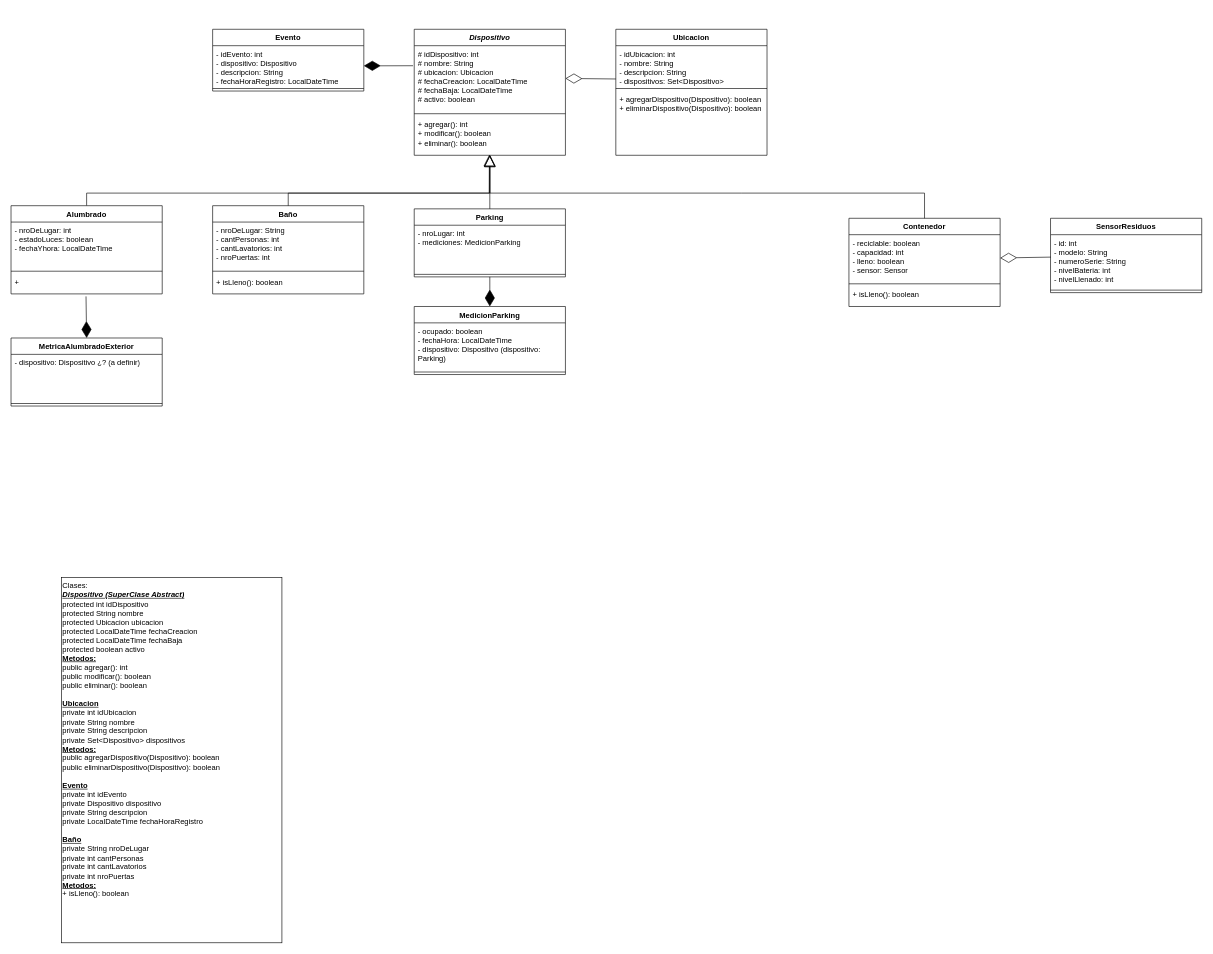
BarbaraNewman/grupo-17-OO2-2023 keeps this draw.io diagram as Diagrama de Clases - Grupo 17.drawio. Above is the earlier version. Source tidied: cells renumbered, new cells numbered last; positions are measured from the earlier drawing's top-left corner, leaving out a move shared by most shapes. Both pictures are drawn from the tidied source at 63%, with x=0, y=0 at pixel (11, 29).
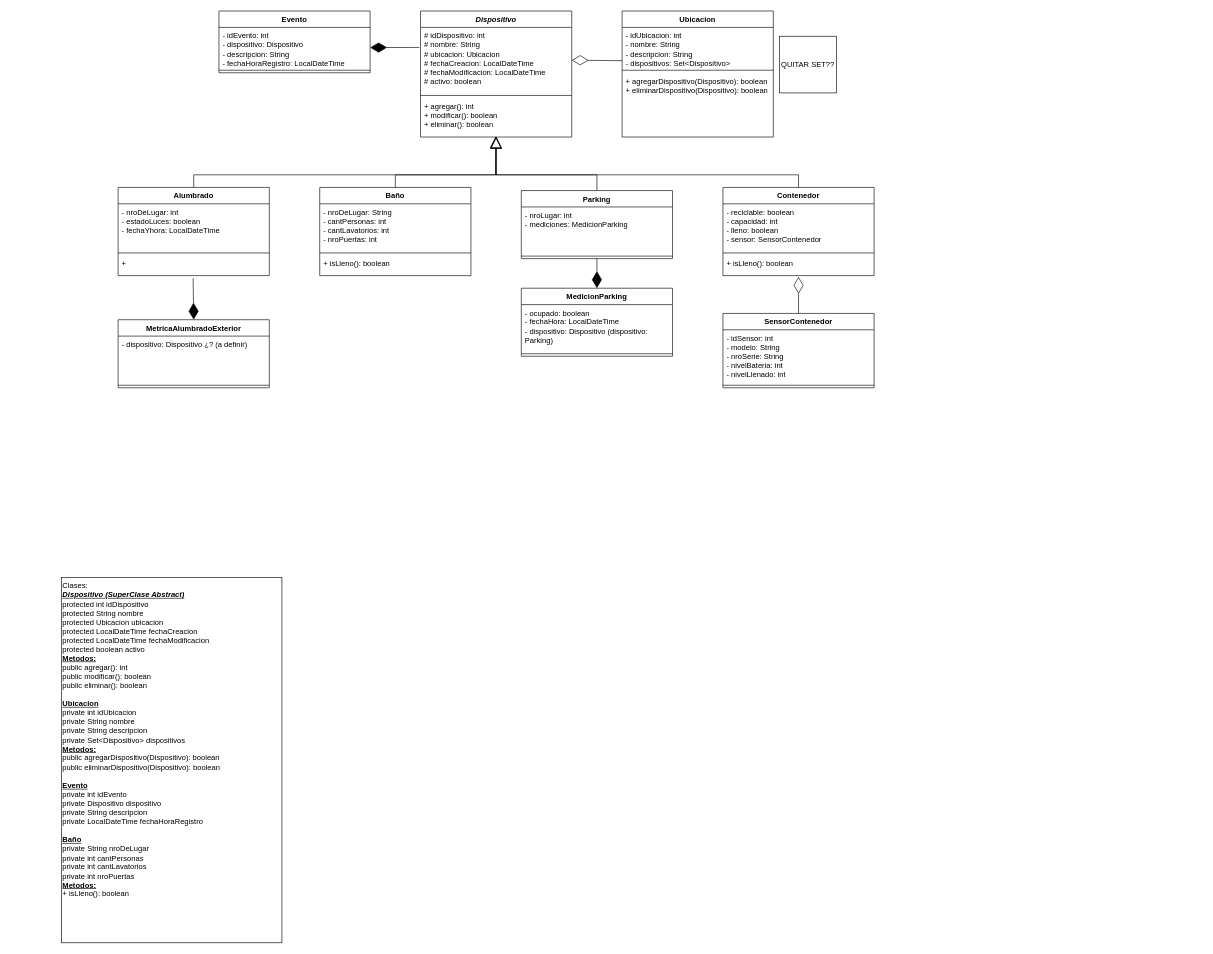
Above is the later version.

Commit message (it also covers changes not shown here):
Update Diagrama de Clases

Unchanged cells that the change refers to:
```xml
<mxCell id="9" value="+ agregar(): int&lt;br&gt;+ modificar(): boolean&lt;br&gt;+ eliminar(): boolean" style="text;strokeColor=none;fillColor=none;align=left;verticalAlign=top;spacingLeft=4;spacingRight=4;overflow=hidden;points=[[0,0.5],[1,0.5]];portConstraint=eastwest;whiteSpace=wrap;html=1;" parent="6" vertex="1">
  <mxGeometry y="138" width="240" height="62" as="geometry" />
</mxCell>
<mxCell id="13" value="+ isLleno(): boolean" style="text;strokeColor=none;fillColor=none;align=left;verticalAlign=top;spacingLeft=4;spacingRight=4;overflow=hidden;points=[[0,0.5],[1,0.5]];portConstraint=eastwest;whiteSpace=wrap;html=1;" parent="10" vertex="1">
  <mxGeometry y="108" width="240" height="32" as="geometry" />
</mxCell>
```

The edit, as a diff of the source:
```diff
@@
     <mxCell id="2" value="Ubicacion" style="swimlane;fontStyle=1;align=center;verticalAlign=top;horizontal=1;startSize=26;whiteSpace=wrap;html=1;" parent="1" vertex="1">
-      <mxGeometry x="960" width="240" height="200" as="geometry" />
+      <mxGeometry x="970" y="-29" width="240" height="200" as="geometry" />
     </mxCell>
@@
     <mxCell id="6" value="&lt;i&gt;Dispositivo&lt;/i&gt;" style="swimlane;fontStyle=1;align=center;verticalAlign=top;horizontal=1;startSize=26;whiteSpace=wrap;html=1;" parent="1" vertex="1">
-      <mxGeometry x="640" width="240" height="200" as="geometry" />
+      <mxGeometry x="650" y="-29" width="240" height="200" as="geometry" />
     </mxCell>
-    <mxCell id="7" value="# idDispositivo: int&lt;br&gt;# nombre: String&lt;br&gt;# ubicacion: Ubicacion&lt;br&gt;# fechaCreacion: LocalDateTime&lt;br&gt;# fechaBaja: LocalDateTime&lt;br&gt;# activo: boolean" style="text;strokeColor=none;fillColor=none;align=left;verticalAlign=top;spacingLeft=4;spacingRight=4;overflow=hidden;points=[[0,0.5],[1,0.5]];portConstraint=eastwest;whiteSpace=wrap;html=1;" parent="6" vertex="1">
+    <mxCell id="7" value="# idDispositivo: int&lt;br&gt;# nombre: String&lt;br&gt;# ubicacion: Ubicacion&lt;br&gt;# fechaCreacion: LocalDateTime&lt;br&gt;# fechaModificacion: LocalDateTime&lt;br&gt;# activo: boolean" style="text;strokeColor=none;fillColor=none;align=left;verticalAlign=top;spacingLeft=4;spacingRight=4;overflow=hidden;points=[[0,0.5],[1,0.5]];portConstraint=eastwest;whiteSpace=wrap;html=1;" parent="6" vertex="1">
       <mxGeometry y="26" width="240" height="104" as="geometry" />
     </mxCell>
@@
     <mxCell id="10" value="Contenedor" style="swimlane;fontStyle=1;align=center;verticalAlign=top;horizontal=1;startSize=26;whiteSpace=wrap;html=1;" parent="1" vertex="1">
-      <mxGeometry x="1330" y="300" width="240" height="140" as="geometry" />
+      <mxGeometry x="1130" y="251" width="240" height="140" as="geometry" />
     </mxCell>
-    <mxCell id="11" value="- reciclable: boolean&lt;br&gt;- capacidad: int&lt;br&gt;- lleno: boolean&lt;br&gt;- sensor: Sensor" style="text;strokeColor=none;fillColor=none;align=left;verticalAlign=top;spacingLeft=4;spacingRight=4;overflow=hidden;points=[[0,0.5],[1,0.5]];portConstraint=eastwest;whiteSpace=wrap;html=1;" parent="10" vertex="1">
+    <mxCell id="11" value="- reciclable: boolean&lt;br&gt;- capacidad: int&lt;br&gt;- lleno: boolean&lt;br&gt;- sensor: SensorContenedor" style="text;strokeColor=none;fillColor=none;align=left;verticalAlign=top;spacingLeft=4;spacingRight=4;overflow=hidden;points=[[0,0.5],[1,0.5]];portConstraint=eastwest;whiteSpace=wrap;html=1;" parent="10" vertex="1">
       <mxGeometry y="26" width="240" height="74" as="geometry" />
     </mxCell>
@@
     <mxCell id="14" style="endArrow=block;endSize=16;endFill=0;html=1;rounded=0;exitX=0.5;exitY=0;exitDx=0;exitDy=0;entryX=0.5;entryY=1;entryDx=0;entryDy=0;entryPerimeter=0;" parent="1" edge="1" source="10" target="9">
       <mxGeometry relative="1" as="geometry">
         <Array as="points">
-          <mxPoint x="1450" y="260" />
-          <mxPoint x="1160" y="260" />
-          <mxPoint x="760" y="260" />
+          <mxPoint x="1250" y="231" />
+          <mxPoint x="930" y="231" />
+          <mxPoint x="770" y="231" />
         </Array>
       </mxGeometry>
     </mxCell>
@@
-    <mxCell id="16" value="SensorResiduos" style="swimlane;fontStyle=1;align=center;verticalAlign=top;horizontal=1;startSize=26;whiteSpace=wrap;html=1;" parent="1" vertex="1">
-      <mxGeometry x="1650" y="300" width="240" height="118" as="geometry" />
+    <mxCell id="16" value="SensorContenedor" style="swimlane;fontStyle=1;align=center;verticalAlign=top;horizontal=1;startSize=26;whiteSpace=wrap;html=1;" parent="1" vertex="1">
+      <mxGeometry x="1130" y="451" width="240" height="118" as="geometry" />
     </mxCell>
-    <mxCell id="17" value="- id: int&lt;br&gt;- modelo: String&lt;br&gt;- numeroSerie: String&lt;br&gt;- nivelBateria: int&lt;br&gt;- nivelLlenado: int" style="text;strokeColor=none;fillColor=none;align=left;verticalAlign=top;spacingLeft=4;spacingRight=4;overflow=hidden;points=[[0,0.5],[1,0.5]];portConstraint=eastwest;whiteSpace=wrap;html=1;" parent="16" vertex="1">
+    <mxCell id="17" value="- idSensor: int&lt;br&gt;- modelo: String&lt;br&gt;- nroSerie: String&lt;br&gt;- nivelBateria: int&lt;br&gt;- nivelLlenado: int" style="text;strokeColor=none;fillColor=none;align=left;verticalAlign=top;spacingLeft=4;spacingRight=4;overflow=hidden;points=[[0,0.5],[1,0.5]];portConstraint=eastwest;whiteSpace=wrap;html=1;" parent="16" vertex="1">
       <mxGeometry y="26" width="240" height="84" as="geometry" />
     </mxCell>
@@
-    <mxCell id="19" style="endArrow=diamondThin;endFill=0;endSize=24;html=1;rounded=0;entryX=1;entryY=0.5;entryDx=0;entryDy=0;exitX=0.002;exitY=0.424;exitDx=0;exitDy=0;exitPerimeter=0;" parent="1" edge="1" source="17" target="11">
+    <mxCell id="19" style="endArrow=diamondThin;endFill=0;endSize=24;html=1;rounded=0;entryX=0.5;entryY=1.059;entryDx=0;entryDy=0;exitX=0.5;exitY=0;exitDx=0;exitDy=0;entryPerimeter=0;" parent="1" edge="1" source="16" target="13">
       <mxGeometry relative="1" as="geometry" />
     </mxCell>
     <mxCell id="20" value="Evento" style="swimlane;fontStyle=1;align=center;verticalAlign=top;horizontal=1;startSize=26;whiteSpace=wrap;html=1;" parent="1" vertex="1">
-      <mxGeometry x="320" width="240" height="98" as="geometry" />
+      <mxGeometry x="330" y="-29" width="240" height="98" as="geometry" />
     </mxCell>
@@
     <mxCell id="24" value="Baño" style="swimlane;fontStyle=1;align=center;verticalAlign=top;horizontal=1;startSize=26;whiteSpace=wrap;html=1;" parent="1" vertex="1">
-      <mxGeometry x="320" y="280" width="240" height="140" as="geometry" />
+      <mxGeometry x="490" y="251" width="240" height="140" as="geometry" />
     </mxCell>
@@
     <mxCell id="28" style="endArrow=block;endSize=16;endFill=0;html=1;rounded=0;exitX=0.5;exitY=0;exitDx=0;exitDy=0;entryX=0.497;entryY=0.984;entryDx=0;entryDy=0;entryPerimeter=0;" parent="1" edge="1" source="24" target="9">
       <mxGeometry relative="1" as="geometry">
         <Array as="points">
-          <mxPoint x="440" y="260" />
-          <mxPoint x="759" y="260" />
+          <mxPoint x="610" y="231" />
+          <mxPoint x="769" y="231" />
         </Array>
       </mxGeometry>
     </mxCell>
     <mxCell id="29" style="endArrow=block;endSize=16;endFill=0;html=1;rounded=0;exitX=0.5;exitY=0;exitDx=0;exitDy=0;" parent="1" edge="1">
       <mxGeometry x="-0.55" relative="1" as="geometry">
-        <mxPoint x="120" y="280" as="sourcePoint" />
-        <mxPoint x="760" y="200" as="targetPoint" />
+        <mxPoint x="290" y="251" as="sourcePoint" />
+        <mxPoint x="770" y="171" as="targetPoint" />
         <Array as="points">
-          <mxPoint x="120" y="260" />
-          <mxPoint x="760" y="260" />
+          <mxPoint x="290" y="231" />
+          <mxPoint x="770" y="231" />
         </Array>
       </mxGeometry>
     </mxCell>
     <mxCell id="30" value="MetricaAlumbradoExterior" style="swimlane;fontStyle=1;align=center;verticalAlign=top;horizontal=1;startSize=26;whiteSpace=wrap;html=1;" parent="1" vertex="1">
-      <mxGeometry y="490" width="240" height="108" as="geometry" />
+      <mxGeometry x="170" y="461" width="240" height="108" as="geometry" />
     </mxCell>
@@
     <mxCell id="33" value="Parking" style="swimlane;fontStyle=1;align=center;verticalAlign=top;horizontal=1;startSize=26;whiteSpace=wrap;html=1;" parent="1" vertex="1">
-      <mxGeometry x="640" y="285" width="240" height="108" as="geometry" />
+      <mxGeometry x="810" y="256" width="240" height="108" as="geometry" />
     </mxCell>
@@
     <mxCell id="36" style="endArrow=block;endSize=16;endFill=0;html=1;rounded=0;exitX=0.5;exitY=0;exitDx=0;exitDy=0;entryX=0.5;entryY=0.985;entryDx=0;entryDy=0;entryPerimeter=0;" parent="1" edge="1" source="33" target="9">
-      <mxGeometry x="-0.42" relative="1" as="geometry" />
+      <mxGeometry x="-0.42" relative="1" as="geometry">
+        <Array as="points">
+          <mxPoint x="930" y="231" />
+          <mxPoint x="770" y="231" />
+        </Array>
+      </mxGeometry>
     </mxCell>
     <mxCell id="37" value="MedicionParking" style="swimlane;fontStyle=1;align=center;verticalAlign=top;horizontal=1;startSize=26;whiteSpace=wrap;html=1;" parent="1" vertex="1">
-      <mxGeometry x="640" y="440" width="240" height="108" as="geometry" />
+      <mxGeometry x="810" y="411" width="240" height="108" as="geometry" />
     </mxCell>
@@
-    <mxCell id="42" value="Clases:&lt;br&gt;&lt;i style=&quot;font-weight: 700;&quot;&gt;&lt;u&gt;Dispositivo (SuperClase Abstract)&lt;/u&gt;&lt;br&gt;&lt;/i&gt;protected int&amp;nbsp;idDispositivo&lt;br style=&quot;&quot;&gt;protected String&amp;nbsp;&lt;span style=&quot;&quot;&gt;nombre&lt;/span&gt;&lt;br style=&quot;&quot;&gt;protected Ubicacion&amp;nbsp;&lt;span style=&quot;&quot;&gt;ubicacion&lt;/span&gt;&lt;br style=&quot;&quot;&gt;protected LocalDateTime&amp;nbsp;&lt;span style=&quot;&quot;&gt;fechaCreacion&lt;/span&gt;&lt;br style=&quot;&quot;&gt;protected LocalDateTime&amp;nbsp;&lt;span style=&quot;&quot;&gt;fechaBaja&lt;/span&gt;&lt;br style=&quot;&quot;&gt;protected boolean&amp;nbsp;&lt;span style=&quot;&quot;&gt;activo&lt;br&gt;&lt;/span&gt;&lt;span style=&quot;font-weight: 700;&quot;&gt;&lt;u&gt;Metodos:&lt;/u&gt;&lt;br&gt;&lt;/span&gt;public agregar(): int&lt;br&gt;public&amp;nbsp;modificar(): boolean&lt;br&gt;public&amp;nbsp;eliminar(): boolean&lt;br&gt;&lt;i style=&quot;font-weight: 700;&quot;&gt;&lt;br&gt;&lt;/i&gt;&lt;b&gt;&lt;u&gt;Ubicacion&lt;/u&gt;&lt;/b&gt;&lt;br&gt;&lt;div style=&quot;&quot;&gt;private int idUbicacion&lt;/div&gt;&lt;div style=&quot;&quot;&gt;private String nombre&lt;/div&gt;&lt;div style=&quot;&quot;&gt;private String descripcion&lt;/div&gt;&lt;div style=&quot;&quot;&gt;private Set&amp;lt;Dispositivo&amp;gt; dispositivos&lt;/div&gt;&lt;div style=&quot;&quot;&gt;&lt;u style=&quot;font-weight: 700;&quot;&gt;Metodos:&lt;/u&gt;&lt;br&gt;&lt;/div&gt;public&amp;nbsp;&lt;span style=&quot;background-color: initial;&quot;&gt;agregarDispositivo(Dispositivo): boolean&lt;/span&gt;&lt;br&gt;public&amp;nbsp;eliminarDispositivo(Dispositivo): boolean&lt;br&gt;&lt;br&gt;&lt;span style=&quot;font-weight: 700; text-align: center;&quot;&gt;&lt;u&gt;Evento&lt;br&gt;&lt;/u&gt;&lt;/span&gt;private int idEvento&lt;br&gt;private Dispositivo dispositivo&lt;br&gt;private String&amp;nbsp;descripcion&lt;br&gt;private LocalDateTime fechaHoraRegistro&lt;br&gt;&lt;br&gt;&lt;span style=&quot;font-weight: 700; text-align: center;&quot;&gt;&lt;u&gt;Baño&lt;br&gt;&lt;/u&gt;&lt;/span&gt;private String nroDeLugar&lt;br&gt;private&amp;nbsp;int cantPersonas&lt;br&gt;private&amp;nbsp;int&amp;nbsp;cantLavatorios&lt;br&gt;private&amp;nbsp;int nroPuertas&lt;br&gt;&lt;b&gt;&lt;u&gt;Metodos:&lt;/u&gt;&lt;/b&gt;&lt;br&gt;+ isLleno(): boolean&lt;span style=&quot;background-color: initial;&quot;&gt;&lt;br&gt;&lt;/span&gt;" style="html=1;whiteSpace=wrap;align=left;verticalAlign=top;" parent="1" vertex="1">
+    <mxCell id="42" value="Clases:&lt;br&gt;&lt;i style=&quot;font-weight: 700;&quot;&gt;&lt;u&gt;Dispositivo (SuperClase Abstract)&lt;/u&gt;&lt;br&gt;&lt;/i&gt;protected int&amp;nbsp;idDispositivo&lt;br style=&quot;&quot;&gt;protected String&amp;nbsp;&lt;span style=&quot;&quot;&gt;nombre&lt;/span&gt;&lt;br style=&quot;&quot;&gt;protected Ubicacion&amp;nbsp;&lt;span style=&quot;&quot;&gt;ubicacion&lt;/span&gt;&lt;br style=&quot;&quot;&gt;protected LocalDateTime&amp;nbsp;&lt;span style=&quot;&quot;&gt;fechaCreacion&lt;/span&gt;&lt;br style=&quot;&quot;&gt;protected LocalDateTime&amp;nbsp;fechaModificacion&lt;br style=&quot;&quot;&gt;protected boolean&amp;nbsp;&lt;span style=&quot;&quot;&gt;activo&lt;br&gt;&lt;/span&gt;&lt;span style=&quot;font-weight: 700;&quot;&gt;&lt;u&gt;Metodos:&lt;/u&gt;&lt;br&gt;&lt;/span&gt;public agregar(): int&lt;br&gt;public&amp;nbsp;modificar(): boolean&lt;br&gt;public&amp;nbsp;eliminar(): boolean&lt;br&gt;&lt;i style=&quot;font-weight: 700;&quot;&gt;&lt;br&gt;&lt;/i&gt;&lt;b&gt;&lt;u&gt;Ubicacion&lt;/u&gt;&lt;/b&gt;&lt;br&gt;&lt;div style=&quot;&quot;&gt;private int idUbicacion&lt;/div&gt;&lt;div style=&quot;&quot;&gt;private String nombre&lt;/div&gt;&lt;div style=&quot;&quot;&gt;private String descripcion&lt;/div&gt;&lt;div style=&quot;&quot;&gt;private Set&amp;lt;Dispositivo&amp;gt; dispositivos&lt;/div&gt;&lt;div style=&quot;&quot;&gt;&lt;u style=&quot;font-weight: 700;&quot;&gt;Metodos:&lt;/u&gt;&lt;br&gt;&lt;/div&gt;public&amp;nbsp;&lt;span style=&quot;background-color: initial;&quot;&gt;agregarDispositivo(Dispositivo): boolean&lt;/span&gt;&lt;br&gt;public&amp;nbsp;eliminarDispositivo(Dispositivo): boolean&lt;br&gt;&lt;br&gt;&lt;span style=&quot;font-weight: 700; text-align: center;&quot;&gt;&lt;u&gt;Evento&lt;br&gt;&lt;/u&gt;&lt;/span&gt;private int idEvento&lt;br&gt;private Dispositivo dispositivo&lt;br&gt;private String&amp;nbsp;descripcion&lt;br&gt;private LocalDateTime fechaHoraRegistro&lt;br&gt;&lt;br&gt;&lt;span style=&quot;font-weight: 700; text-align: center;&quot;&gt;&lt;u&gt;Baño&lt;br&gt;&lt;/u&gt;&lt;/span&gt;private String nroDeLugar&lt;br&gt;private&amp;nbsp;int cantPersonas&lt;br&gt;private&amp;nbsp;int&amp;nbsp;cantLavatorios&lt;br&gt;private&amp;nbsp;int nroPuertas&lt;br&gt;&lt;b&gt;&lt;u&gt;Metodos:&lt;/u&gt;&lt;/b&gt;&lt;br&gt;+ isLleno(): boolean&lt;span style=&quot;background-color: initial;&quot;&gt;&lt;br&gt;&lt;/span&gt;" style="html=1;whiteSpace=wrap;align=left;verticalAlign=top;" parent="1" vertex="1">
       <mxGeometry x="80" y="870" width="350" height="580" as="geometry" />
     </mxCell>
     <mxCell id="43" value="Alumbrado" style="swimlane;fontStyle=1;align=center;verticalAlign=top;horizontal=1;startSize=26;whiteSpace=wrap;html=1;" parent="1" vertex="1">
-      <mxGeometry y="280" width="240" height="140" as="geometry" />
+      <mxGeometry x="170" y="251" width="240" height="140" as="geometry" />
     </mxCell>
@@
+    <mxCell id="47" value="QUITAR SET??" style="whiteSpace=wrap;html=1;" parent="1" vertex="1">
+      <mxGeometry x="1220" y="11" width="90" height="90" as="geometry" />
+    </mxCell>
```
